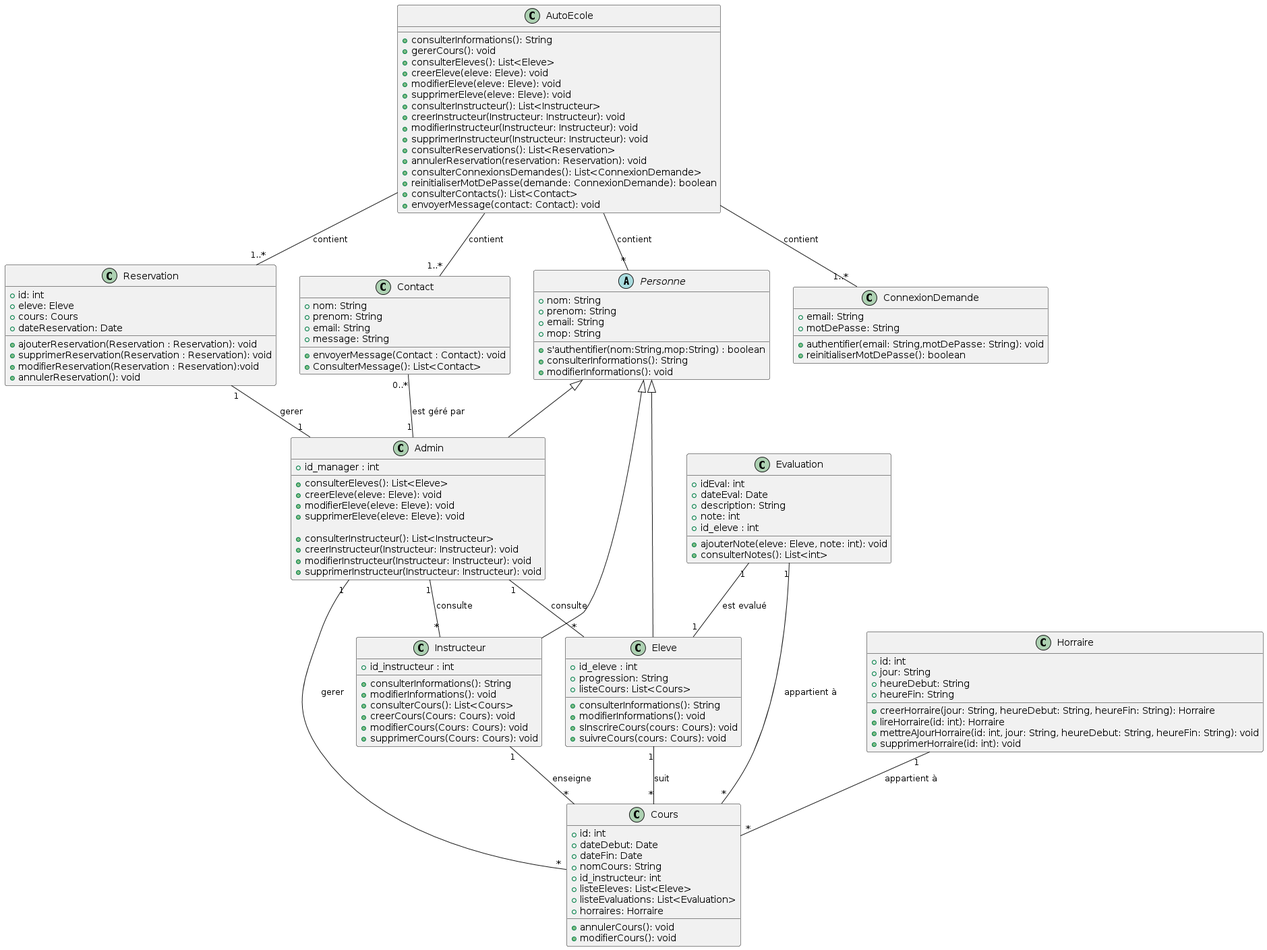
This is Rendu 3/Raffinement diagramme de classe préliminaire/diagramme_classe_raffine.png from jerbi2026/Auto_ecole, a PlantUML export, as it was before one commit.
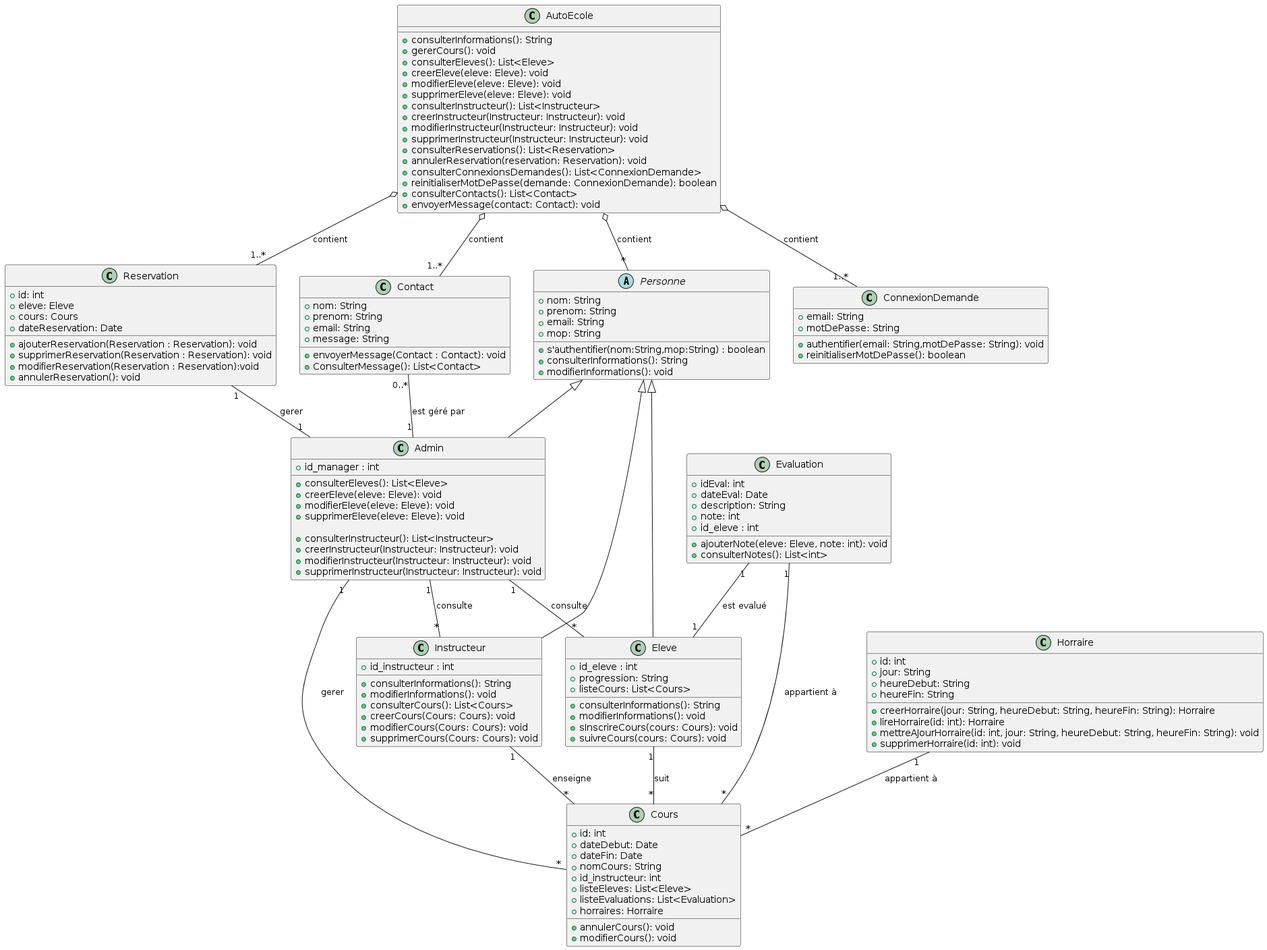
Above is the later version.

Commit message:
verifier travail

Diff of the diagram source:
```diff
@@ -151,8 +151,8 @@
 Horraire "1" -- "*" Cours : "appartient à"
 Contact "0..*" -- "1" Admin : "est géré par"
 
-AutoEcole -- "*" Personne : "contient"
-AutoEcole -- "1..*" Reservation : "contient"
-AutoEcole -- "1..*" ConnexionDemande : "contient"
-AutoEcole -- "1..*" Contact : "contient"
+AutoEcole o-- "*" Personne : "contient"
+AutoEcole o-- "1..*" Reservation : "contient"
+AutoEcole o-- "1..*" ConnexionDemande : "contient"
+AutoEcole o-- "1..*" Contact : "contient"
 @enduml
```
